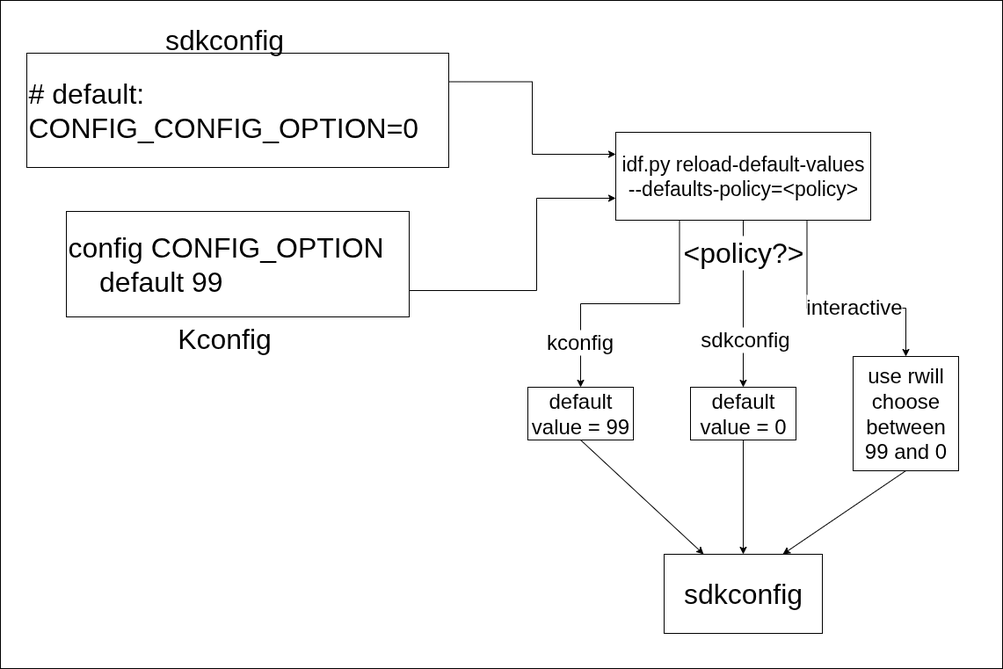
Before: esp-idf-kconfig-v3-article/reload-default-values.png, a diagram exported from draw.io (Honza0297/Honza0297.github.io). Source tidied: cells renumbered, new cells last; positions are measured from the earlier drawing's top-left corner, leaving out a move shared by most shapes.
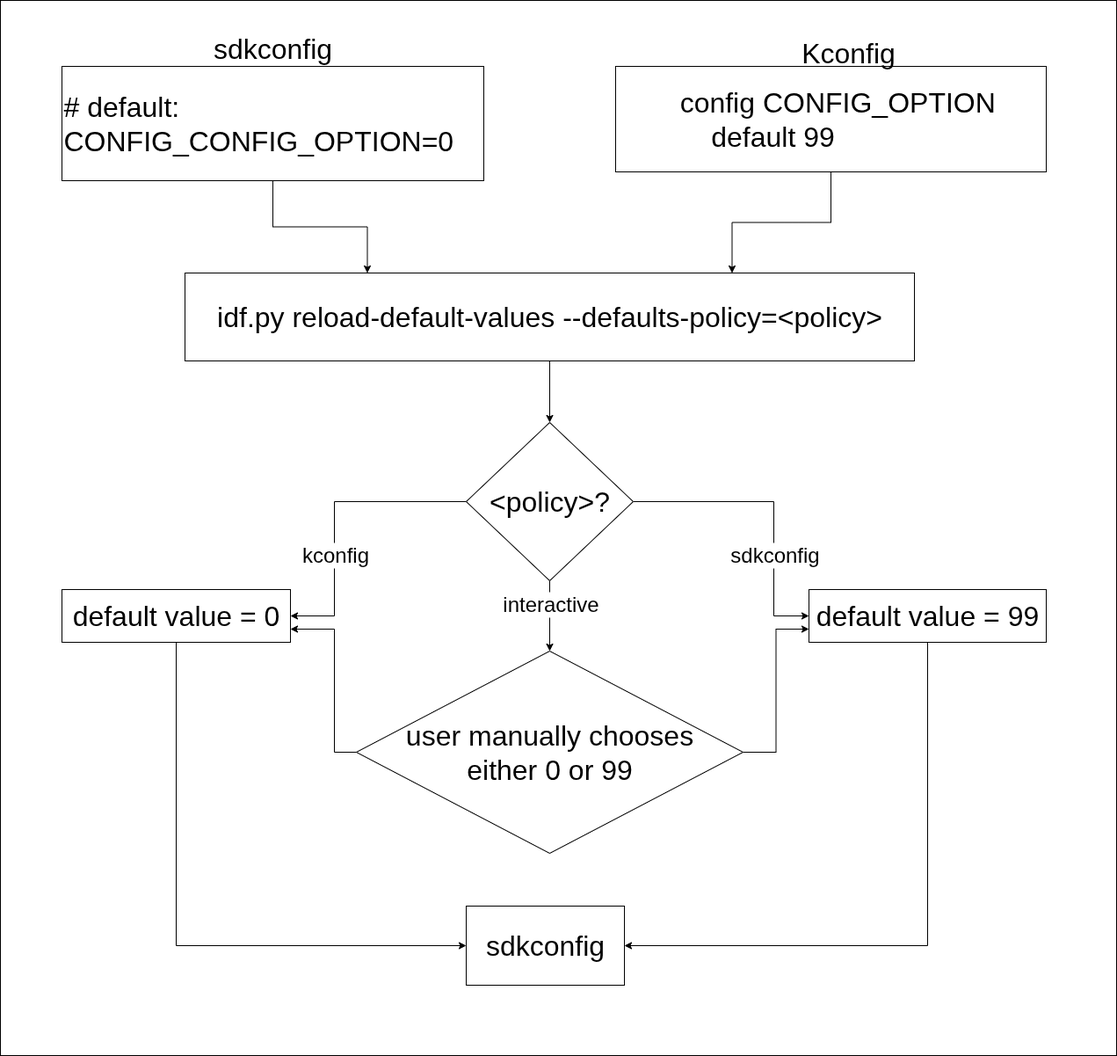
The same file after the commit.

The edit, as a diff of the source:
```diff
@@ -2,83 +2,98 @@
   <root>
     <mxCell id="0" />
     <mxCell id="1" parent="0" />
-    <mxCell id="2" style="rounded=0;whiteSpace=wrap;html=1;" parent="1" vertex="1">
-      <mxGeometry width="1140" height="760" as="geometry" />
-    </mxCell>
+    <mxCell id="24" style="rounded=0;whiteSpace=wrap;html=1;" parent="1" vertex="1">
+      <mxGeometry x="230" y="-180" width="1270" height="1200" as="geometry" />
+    </mxCell>
-    <mxCell id="3" style="edgeStyle=orthogonalEdgeStyle;rounded=0;jettySize=auto;html=1;exitX=1;exitY=0.25;exitDx=0;exitDy=0;entryX=0;entryY=0.25;entryDx=0;entryDy=0;" parent="1" edge="1" source="4" target="16">
+    <mxCell id="3" style="edgeStyle=orthogonalEdgeStyle;rounded=0;jettySize=auto;html=1;exitX=0.5;exitY=1;exitDx=0;exitDy=0;entryX=0.25;entryY=0;entryDx=0;entryDy=0;" parent="1" edge="1" source="4" target="16">
       <mxGeometry relative="1" as="geometry" />
     </mxCell>
     <mxCell id="4" value="&lt;div&gt;&lt;font style=&quot;font-size: 32px;&quot;&gt;# default:&amp;nbsp;&lt;/font&gt;&lt;/div&gt;&lt;font style=&quot;font-size: 32px;&quot;&gt;CONFIG_CONFIG_OPTION=0&lt;/font&gt;" style="rounded=0;whiteSpace=wrap;html=1;align=left;" parent="1" vertex="1">
-      <mxGeometry x="30" y="60" width="480" height="130" as="geometry" />
+      <mxGeometry x="300" y="-105" width="480" height="130" as="geometry" />
     </mxCell>
-    <mxCell id="5" style="edgeStyle=orthogonalEdgeStyle;rounded=0;jettySize=auto;html=1;exitX=1;exitY=0.75;exitDx=0;exitDy=0;entryX=0;entryY=0.75;entryDx=0;entryDy=0;" parent="1" edge="1" source="6" target="16">
-      <mxGeometry relative="1" as="geometry">
-        <Array as="points">
-          <mxPoint x="610" y="330" />
-          <mxPoint x="610" y="225" />
-        </Array>
-      </mxGeometry>
+    <mxCell id="5" style="edgeStyle=orthogonalEdgeStyle;rounded=0;jettySize=auto;html=1;exitX=0.5;exitY=1;exitDx=0;exitDy=0;entryX=0.75;entryY=0;entryDx=0;entryDy=0;" parent="1" edge="1" source="6" target="16">
+      <mxGeometry relative="1" as="geometry" />
     </mxCell>
-    <mxCell id="6" value="&lt;font style=&quot;font-size: 32px;&quot;&gt;config CONFIG_OPTION&lt;/font&gt;&lt;div&gt;&lt;font style=&quot;font-size: 32px;&quot;&gt;&amp;nbsp; &amp;nbsp; default 99&lt;/font&gt;&lt;/div&gt;" style="rounded=0;whiteSpace=wrap;html=1;align=left;" parent="1" vertex="1">
-      <mxGeometry x="75" y="240" width="390" height="120" as="geometry" />
+    <mxCell id="6" value="&lt;font style=&quot;font-size: 32px;&quot;&gt;&amp;nbsp; &amp;nbsp; &amp;nbsp; &amp;nbsp; config CONFIG_OPTION&lt;/font&gt;&lt;div&gt;&lt;font style=&quot;font-size: 32px;&quot;&gt;&amp;nbsp; &amp;nbsp; &amp;nbsp; &amp;nbsp; &amp;nbsp; &amp;nbsp; default 99&lt;/font&gt;&lt;/div&gt;" style="rounded=0;whiteSpace=wrap;html=1;align=left;" parent="1" vertex="1">
+      <mxGeometry x="930" y="-105" width="490" height="120" as="geometry" />
     </mxCell>
     <mxCell id="7" value="&lt;font style=&quot;font-size: 32px;&quot;&gt;Kconfig&lt;/font&gt;" style="text;html=1;align=center;verticalAlign=middle;whiteSpace=wrap;rounded=0;" parent="1" vertex="1">
-      <mxGeometry x="225" y="370" width="60" height="30" as="geometry" />
+      <mxGeometry x="1165" y="-135" width="60" height="30" as="geometry" />
     </mxCell>
     <mxCell id="8" value="&lt;font style=&quot;font-size: 32px;&quot;&gt;sdkconfig&lt;/font&gt;" style="text;html=1;align=center;verticalAlign=middle;whiteSpace=wrap;rounded=0;" parent="1" vertex="1">
-      <mxGeometry x="225" y="30" width="60" height="30" as="geometry" />
+      <mxGeometry x="510" y="-140" width="60" height="30" as="geometry" />
     </mxCell>
-    <mxCell id="9" style="edgeStyle=orthogonalEdgeStyle;rounded=0;jettySize=auto;html=1;exitX=0.25;exitY=1;exitDx=0;exitDy=0;entryX=0.5;entryY=0;entryDx=0;entryDy=0;" parent="1" edge="1" source="16" target="17">
-      <mxGeometry relative="1" as="geometry" />
-    </mxCell>
-    <mxCell id="10" value="&lt;font style=&quot;font-size: 24px;&quot;&gt;kconfig&lt;/font&gt;" style="edgeLabel;html=1;align=center;verticalAlign=middle;" parent="9" vertex="1">
-      <mxGeometry x="0.66" y="-2" relative="1" as="geometry" />
-    </mxCell>
-    <mxCell id="11" style="edgeStyle=orthogonalEdgeStyle;rounded=0;jettySize=auto;html=1;exitX=0.75;exitY=1;exitDx=0;exitDy=0;entryX=0.5;entryY=0;entryDx=0;entryDy=0;" parent="1" edge="1" source="16" target="20">
-      <mxGeometry relative="1" as="geometry">
-        <Array as="points">
-          <mxPoint x="918" y="350" />
-          <mxPoint x="1030" y="350" />
-        </Array>
-      </mxGeometry>
-    </mxCell>
-    <mxCell id="12" value="&lt;font style=&quot;font-size: 24px;&quot;&gt;interactive&lt;/font&gt;" style="edgeLabel;html=1;align=center;verticalAlign=middle;" parent="11" vertex="1">
-      <mxGeometry x="-0.05" y="2" relative="1" as="geometry">
-        <mxPoint x="25" as="offset" />
-      </mxGeometry>
-    </mxCell>
-    <mxCell id="13" style="edgeStyle=orthogonalEdgeStyle;rounded=0;jettySize=auto;html=1;exitX=0.5;exitY=1;exitDx=0;exitDy=0;entryX=0.5;entryY=0;entryDx=0;entryDy=0;" parent="1" edge="1" source="16" target="19">
-      <mxGeometry relative="1" as="geometry" />
-    </mxCell>
-    <mxCell id="14" value="&lt;font style=&quot;font-size: 24px;&quot;&gt;sdkconfig&lt;/font&gt;" style="edgeLabel;html=1;align=center;verticalAlign=middle;" parent="13" vertex="1">
-      <mxGeometry x="0.42" y="1" relative="1" as="geometry" />
-    </mxCell>
-    <mxCell id="15" value="&lt;font style=&quot;font-size: 32px;&quot;&gt;&amp;lt;policy?&amp;gt;&lt;/font&gt;" style="edgeLabel;html=1;align=center;verticalAlign=middle;" parent="13" vertex="1">
-      <mxGeometry x="-0.62" y="-1" relative="1" as="geometry" />
-    </mxCell>
+    <mxCell id="25" style="edgeStyle=orthogonalEdgeStyle;rounded=0;jettySize=auto;html=1;exitX=0.5;exitY=1;exitDx=0;exitDy=0;entryX=0.5;entryY=0;entryDx=0;entryDy=0;" parent="1" edge="1" source="16" target="29">
+      <mxGeometry relative="1" as="geometry" />
+    </mxCell>
-    <mxCell id="16" value="&lt;font style=&quot;font-size: 23px;&quot;&gt;idf.py reload-default-values --defaults-policy=&amp;lt;policy&amp;gt;&lt;/font&gt;" style="rounded=0;whiteSpace=wrap;html=1;" parent="1" vertex="1">
-      <mxGeometry x="700" y="150" width="290" height="100" as="geometry" />
+    <mxCell id="16" value="&lt;font style=&quot;font-size: 32px;&quot;&gt;idf.py reload-default-values --defaults-policy=&amp;lt;policy&amp;gt;&lt;/font&gt;" style="rounded=0;whiteSpace=wrap;html=1;" parent="1" vertex="1">
+      <mxGeometry x="440" y="130" width="830" height="100" as="geometry" />
     </mxCell>
+    <mxCell id="22" style="edgeStyle=orthogonalEdgeStyle;rounded=0;jettySize=auto;html=1;exitX=0.5;exitY=1;exitDx=0;exitDy=0;entryX=0;entryY=0.5;entryDx=0;entryDy=0;" parent="1" edge="1" source="17" target="21">
+      <mxGeometry relative="1" as="geometry" />
+    </mxCell>
-    <mxCell id="17" value="&lt;font style=&quot;font-size: 24px;&quot;&gt;default value = 99&lt;/font&gt;" style="rounded=0;whiteSpace=wrap;html=1;" parent="1" vertex="1">
-      <mxGeometry x="600" y="440" width="120" height="60" as="geometry" />
+    <mxCell id="17" value="&lt;font style=&quot;font-size: 32px;&quot;&gt;default value = 0&lt;/font&gt;" style="rounded=0;whiteSpace=wrap;html=1;" parent="1" vertex="1">
+      <mxGeometry x="300" y="490" width="260" height="60" as="geometry" />
     </mxCell>
-    <mxCell id="18" style="edgeStyle=orthogonalEdgeStyle;rounded=0;jettySize=auto;html=1;exitX=0.5;exitY=1;exitDx=0;exitDy=0;entryX=0.5;entryY=0;entryDx=0;entryDy=0;" parent="1" edge="1" source="19" target="21">
+    <mxCell id="18" style="edgeStyle=orthogonalEdgeStyle;rounded=0;jettySize=auto;html=1;exitX=0.5;exitY=1;exitDx=0;exitDy=0;entryX=1;entryY=0.5;entryDx=0;entryDy=0;" parent="1" edge="1" source="19" target="21">
       <mxGeometry relative="1" as="geometry" />
     </mxCell>
-    <mxCell id="19" value="&lt;font style=&quot;font-size: 24px;&quot;&gt;default value = 0&lt;/font&gt;" style="rounded=0;whiteSpace=wrap;html=1;" parent="1" vertex="1">
-      <mxGeometry x="785" y="440" width="120" height="60" as="geometry" />
+    <mxCell id="19" value="&lt;font style=&quot;font-size: 32px;&quot;&gt;default value = 99&lt;/font&gt;" style="rounded=0;whiteSpace=wrap;html=1;" parent="1" vertex="1">
+      <mxGeometry x="1150" y="490" width="270" height="60" as="geometry" />
     </mxCell>
-    <mxCell id="20" value="&lt;font style=&quot;font-size: 24px;&quot;&gt;use rwill choose between 99 and 0&lt;/font&gt;" style="rounded=0;whiteSpace=wrap;html=1;" parent="1" vertex="1">
-      <mxGeometry x="970" y="405" width="120" height="130" as="geometry" />
-    </mxCell>
     <mxCell id="21" value="&lt;font style=&quot;font-size: 32px;&quot;&gt;sdkconfig&lt;/font&gt;" style="rounded=0;whiteSpace=wrap;html=1;" parent="1" vertex="1">
-      <mxGeometry x="755" y="630" width="180" height="90" as="geometry" />
+      <mxGeometry x="760" y="850" width="180" height="90" as="geometry" />
     </mxCell>
-    <mxCell id="22" style="endArrow=classic;html=1;rounded=0;entryX=0.25;entryY=0;entryDx=0;entryDy=0;exitX=0.5;exitY=1;exitDx=0;exitDy=0;" parent="1" edge="1" source="17" target="21">
-      <mxGeometry relative="1" as="geometry" />
-    </mxCell>
-    <mxCell id="23" style="endArrow=classic;html=1;rounded=0;entryX=0.75;entryY=0;entryDx=0;entryDy=0;exitX=0.5;exitY=1;exitDx=0;exitDy=0;" parent="1" edge="1" source="20" target="21">
-      <mxGeometry relative="1" as="geometry" />
-    </mxCell>
+    <mxCell id="26" style="edgeStyle=orthogonalEdgeStyle;rounded=0;jettySize=auto;html=1;exitX=0;exitY=0.5;exitDx=0;exitDy=0;entryX=1;entryY=0.5;entryDx=0;entryDy=0;" parent="1" edge="1" source="29" target="17">
+      <mxGeometry relative="1" as="geometry">
+        <Array as="points">
+          <mxPoint x="610" y="390" />
+          <mxPoint x="610" y="520" />
+        </Array>
+      </mxGeometry>
+    </mxCell>
+    <mxCell id="10" value="&lt;font style=&quot;font-size: 24px;&quot;&gt;kconfig&lt;/font&gt;" style="edgeLabel;html=1;align=center;verticalAlign=middle;" parent="26" vertex="1">
+      <mxGeometry x="0.32" y="-2" relative="1" as="geometry">
+        <mxPoint x="2" y="-8" as="offset" />
+      </mxGeometry>
+    </mxCell>
+    <mxCell id="27" style="edgeStyle=orthogonalEdgeStyle;rounded=0;jettySize=auto;html=1;exitX=1;exitY=0.5;exitDx=0;exitDy=0;entryX=0;entryY=0.5;entryDx=0;entryDy=0;" parent="1" edge="1" source="29" target="19">
+      <mxGeometry relative="1" as="geometry">
+        <Array as="points">
+          <mxPoint x="1110" y="390" />
+          <mxPoint x="1110" y="520" />
+        </Array>
+      </mxGeometry>
+    </mxCell>
+    <mxCell id="14" value="&lt;font style=&quot;font-size: 24px;&quot;&gt;sdkconfig&lt;/font&gt;" style="edgeLabel;html=1;align=center;verticalAlign=middle;" parent="27" vertex="1">
+      <mxGeometry x="-0.21" y="2" relative="1" as="geometry">
+        <mxPoint x="30" y="62" as="offset" />
+      </mxGeometry>
+    </mxCell>
+    <mxCell id="28" style="edgeStyle=orthogonalEdgeStyle;rounded=0;jettySize=auto;html=1;exitX=0.5;exitY=1;exitDx=0;exitDy=0;entryX=0.5;entryY=0;entryDx=0;entryDy=0;" parent="1" edge="1" source="29" target="32">
+      <mxGeometry relative="1" as="geometry" />
+    </mxCell>
+    <mxCell id="12" value="&lt;font style=&quot;font-size: 24px;&quot;&gt;interactive&lt;/font&gt;" style="edgeLabel;html=1;align=center;verticalAlign=middle;" parent="28" vertex="1">
+      <mxGeometry x="-0.03" y="-2" relative="1" as="geometry">
+        <mxPoint x="2" y="-13" as="offset" />
+      </mxGeometry>
+    </mxCell>
+    <mxCell id="29" value="&lt;font style=&quot;font-size: 32px;&quot;&gt;&amp;lt;policy&amp;gt;?&lt;/font&gt;" style="rhombus;whiteSpace=wrap;html=1;" parent="1" vertex="1">
+      <mxGeometry x="760" y="300" width="190" height="180" as="geometry" />
+    </mxCell>
+    <mxCell id="30" style="edgeStyle=orthogonalEdgeStyle;rounded=0;jettySize=auto;html=1;exitX=1;exitY=0.5;exitDx=0;exitDy=0;entryX=0;entryY=0.75;entryDx=0;entryDy=0;" parent="1" edge="1" source="32" target="19">
+      <mxGeometry relative="1" as="geometry" />
+    </mxCell>
+    <mxCell id="31" style="edgeStyle=orthogonalEdgeStyle;rounded=0;jettySize=auto;html=1;exitX=0;exitY=0.5;exitDx=0;exitDy=0;entryX=1;entryY=0.75;entryDx=0;entryDy=0;" parent="1" edge="1" source="32" target="17">
+      <mxGeometry relative="1" as="geometry">
+        <Array as="points">
+          <mxPoint x="610" y="675" />
+          <mxPoint x="610" y="535" />
+        </Array>
+      </mxGeometry>
+    </mxCell>
+    <mxCell id="32" value="&lt;font style=&quot;font-size: 32px;&quot;&gt;user manually chooses&lt;/font&gt;&lt;div&gt;&lt;font style=&quot;font-size: 32px;&quot;&gt;either 0 or 99&lt;/font&gt;&lt;/div&gt;" style="rhombus;whiteSpace=wrap;html=1;" parent="1" vertex="1">
+      <mxGeometry x="635" y="560" width="440" height="230" as="geometry" />
+    </mxCell>
   </root>
 </mxGraphModel>
```
